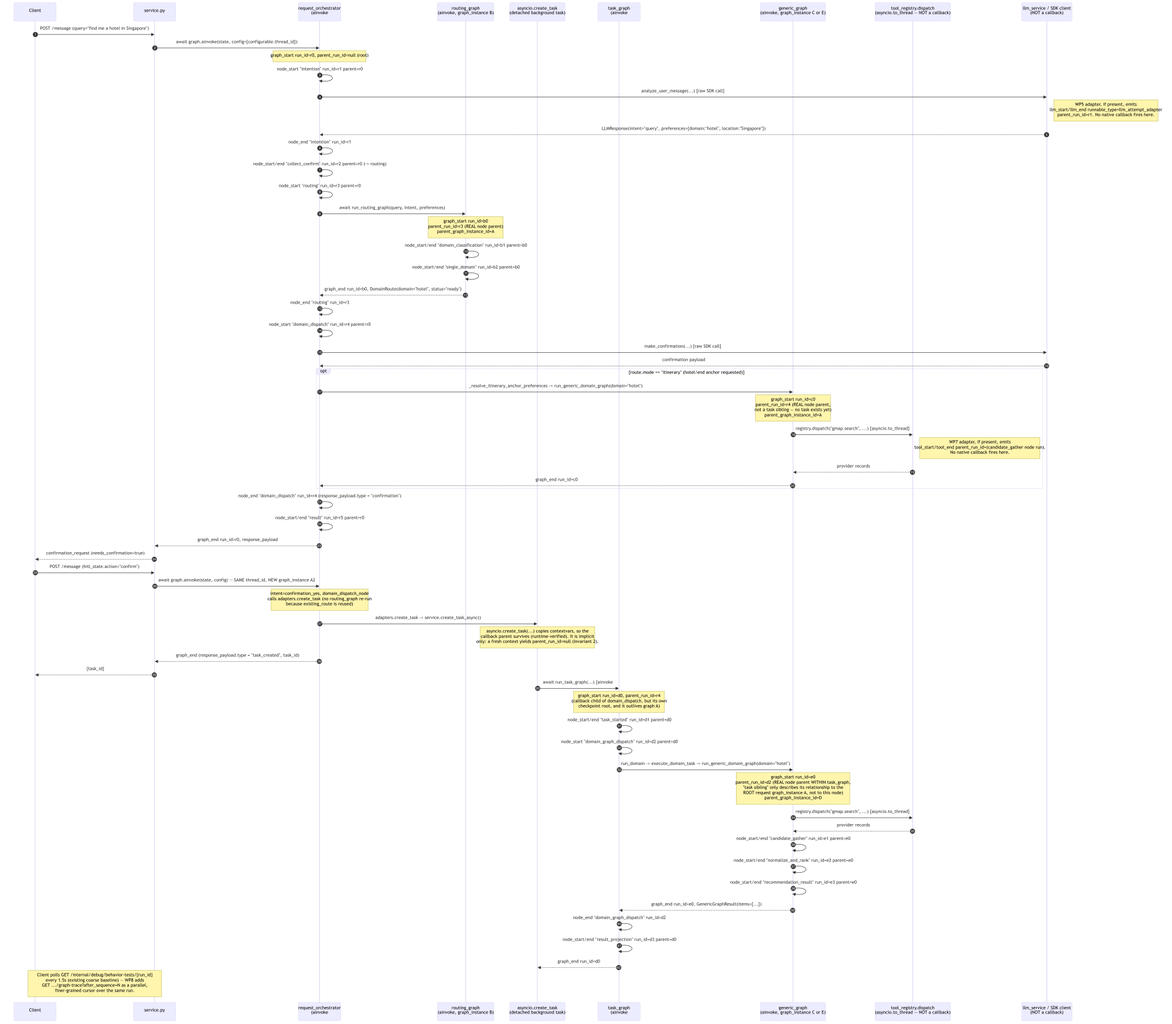
The Mermaid diagram MetaRec-backend/docs/wp8/diagrams/callback_sequence.png in MetaRecTeam/Meta-Recommendation, before a commit. Its source is kept beside it as MetaRec-backend/docs/wp8/diagrams/callback_sequence.mmd.
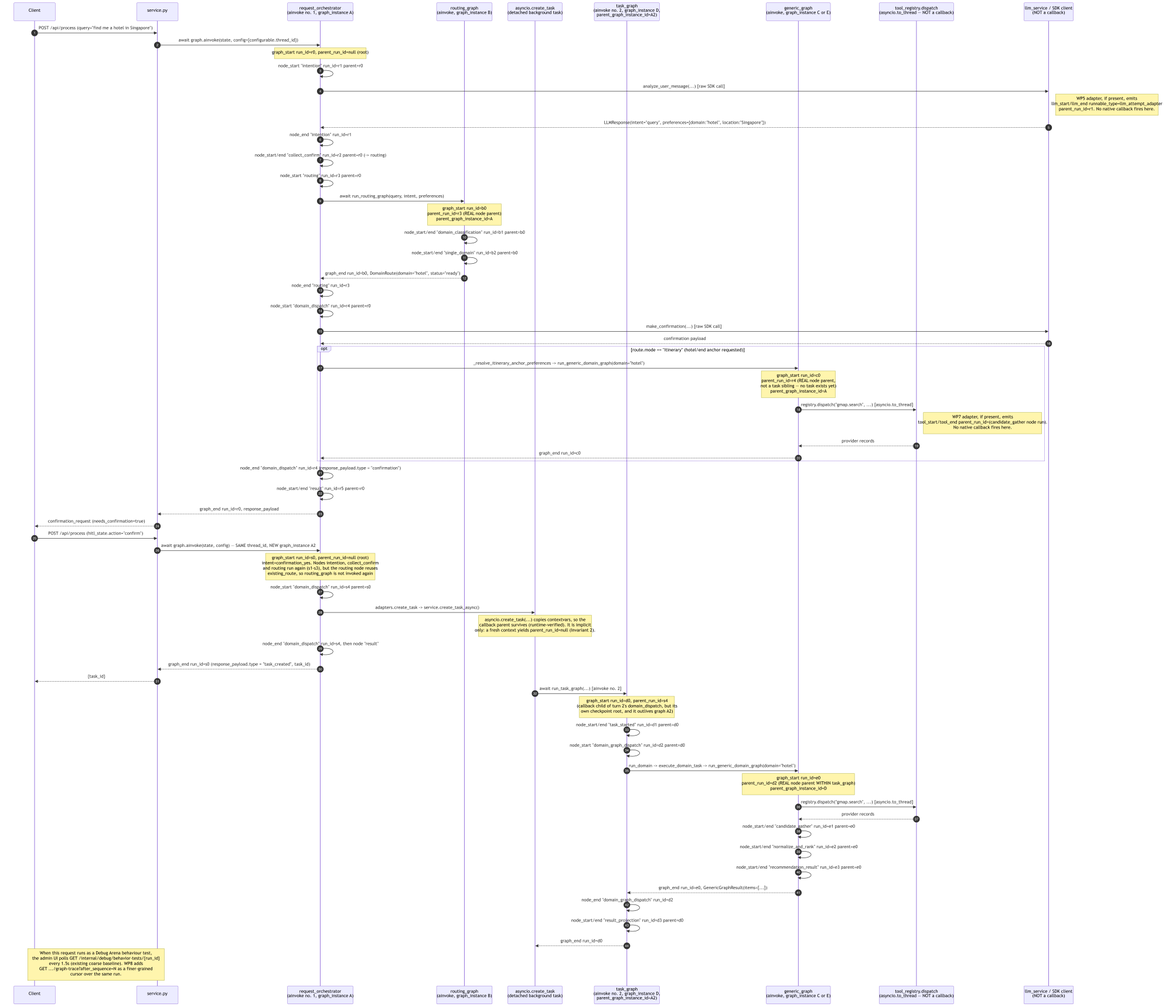
After the commit.

Commit message:
docs(wp8): fix sequence diagram, figure commands and call-map details

Change to the diagram source:
```diff
@@ -3,21 +3,21 @@
     autonumber
     participant Client
     participant Service as service.py
-    participant OrchGraph as request_orchestrator\n(ainvoke #1, graph_instance A)
-    participant RoutingGraph as routing_graph\n(ainvoke, graph_instance B)
-    participant BgTask as asyncio.create_task\n(detached background task)
-    participant TaskGraph as task_graph\n(ainvoke #2, graph_instance D\nNO parent_graph_instance_id)
-    participant GenericGraph as generic_graph\n(ainvoke, graph_instance C or E)
-    participant Tool as tool_registry.dispatch\n(asyncio.to_thread — NOT a callback)
-    participant LLM as llm_service / SDK client\n(NOT a callback)
+    participant OrchGraph as request_orchestrator<br/>(ainvoke no. 1, graph_instance A)
+    participant RoutingGraph as routing_graph<br/>(ainvoke, graph_instance B)
+    participant BgTask as asyncio.create_task<br/>(detached background task)
+    participant TaskGraph as task_graph<br/>(ainvoke no. 2, graph_instance D,<br/>parent_graph_instance_id=A2)
+    participant GenericGraph as generic_graph<br/>(ainvoke, graph_instance C or E)
+    participant Tool as tool_registry.dispatch<br/>(asyncio.to_thread — NOT a callback)
+    participant LLM as llm_service / SDK client<br/>(NOT a callback)
 
-    Client->>Service: POST /message (query="find me a hotel in Singapore")
+    Client->>Service: POST /api/process (query="find me a hotel in Singapore")
     Service->>OrchGraph: await graph.ainvoke(state, config={configurable.thread_id})
     Note over OrchGraph: graph_start run_id=r0, parent_run_id=null (root)
 
     OrchGraph->>OrchGraph: node_start "intention" run_id=r1 parent=r0
     OrchGraph->>LLM: analyze_user_message(...) [raw SDK call]
-    Note right of LLM: WP5 adapter, if present, emits\nllm_start/llm_end runnable_type=llm_attempt_adapter\nparent_run_id=r1. No native callback fires here.
+    Note right of LLM: WP5 adapter, if present, emits<br/>llm_start/llm_end runnable_type=llm_attempt_adapter<br/>parent_run_id=r1. No native callback fires here.
     LLM-->>OrchGraph: LLMResponse(intent="query", preferences={domain:"hotel", location:"Singapore"})
     OrchGraph->>OrchGraph: node_end "intention" run_id=r1
 
@@ -25,7 +25,7 @@
 
     OrchGraph->>OrchGraph: node_start "routing" run_id=r3 parent=r0
     OrchGraph->>RoutingGraph: await run_routing_graph(query, intent, preferences)
-    Note over RoutingGraph: graph_start run_id=b0\nparent_run_id=r3 (REAL node parent)\nparent_graph_instance_id=A
+    Note over RoutingGraph: graph_start run_id=b0<br/>parent_run_id=r3 (REAL node parent)<br/>parent_graph_instance_id=A
     RoutingGraph->>RoutingGraph: node_start/end "domain_classification" run_id=b1 parent=b0
     RoutingGraph->>RoutingGraph: node_start/end "single_domain" run_id=b2 parent=b0
     RoutingGraph-->>OrchGraph: graph_end run_id=b0, DomainRoute(domain="hotel", status="ready")
@@ -37,9 +37,9 @@
 
     opt route.mode == "itinerary" (hotel/end anchor requested)
         OrchGraph->>GenericGraph: _resolve_itinerary_anchor_preferences -> run_generic_domain_graph(domain="hotel")
-        Note over GenericGraph: graph_start run_id=c0\nparent_run_id=r4 (REAL node parent,\nnot a task sibling — no task exists yet)\nparent_graph_instance_id=A
+        Note over GenericGraph: graph_start run_id=c0<br/>parent_run_id=r4 (REAL node parent,<br/>not a task sibling — no task exists yet)<br/>parent_graph_instance_id=A
         GenericGraph->>Tool: registry.dispatch("gmap.search", ...) [asyncio.to_thread]
-        Note right of Tool: WP7 adapter, if present, emits\ntool_start/tool_end parent_run_id=(candidate_gather node run).\nNo native callback fires here.
+        Note right of Tool: WP7 adapter, if present, emits<br/>tool_start/tool_end parent_run_id=(candidate_gather node run).<br/>No native callback fires here.
         Tool-->>GenericGraph: provider records
         GenericGraph-->>OrchGraph: graph_end run_id=c0
     end
@@ -49,20 +49,22 @@
     OrchGraph-->>Service: graph_end run_id=r0, response_payload
     Service-->>Client: confirmation_request (needs_confirmation=true)
 
-    Client->>Service: POST /message (hitl_state.action="confirm")
+    Client->>Service: POST /api/process (hitl_state.action="confirm")
     Service->>OrchGraph: await graph.ainvoke(state, config) — SAME thread_id, NEW graph_instance A2
-    Note over OrchGraph: intent=confirmation_yes, domain_dispatch_node\ncalls adapters.create_task (no routing_graph re-run\nbecause existing_route is reused)
+    Note over OrchGraph: graph_start run_id=s0, parent_run_id=null (root)<br/>intent=confirmation_yes. Nodes intention, collect_confirm<br/>and routing run again (s1-s3), but the routing node reuses<br/>existing_route, so routing_graph is not invoked again
+    OrchGraph->>OrchGraph: node_start "domain_dispatch" run_id=s4 parent=s0
     OrchGraph->>BgTask: adapters.create_task -> service.create_task_async()
-    Note over BgTask: asyncio.create_task(...) copies contextvars, so the\ncallback parent survives (runtime-verified). It is implicit\nonly: a fresh context yields parent_run_id=null (Invariant 2).
-    OrchGraph-->>Service: graph_end (response_payload.type = "task_created", task_id)
+    Note over BgTask: asyncio.create_task(...) copies contextvars, so the<br/>callback parent survives (runtime-verified). It is implicit<br/>only: a fresh context yields parent_run_id=null (Invariant 2).
+    OrchGraph->>OrchGraph: node_end "domain_dispatch" run_id=s4, then node "result"
+    OrchGraph-->>Service: graph_end run_id=s0 (response_payload.type = "task_created", task_id)
     Service-->>Client: {task_id}
 
-    BgTask->>TaskGraph: await run_task_graph(...) [ainvoke #2]
-    Note over TaskGraph: graph_start run_id=d0, parent_run_id=r4\n(callback child of domain_dispatch, but its own\ncheckpoint root, and it outlives graph A)
+    BgTask->>TaskGraph: await run_task_graph(...) [ainvoke no. 2]
+    Note over TaskGraph: graph_start run_id=d0, parent_run_id=s4<br/>(callback child of turn 2's domain_dispatch, but its<br/>own checkpoint root, and it outlives graph A2)
     TaskGraph->>TaskGraph: node_start/end "task_started" run_id=d1 parent=d0
     TaskGraph->>TaskGraph: node_start "domain_graph_dispatch" run_id=d2 parent=d0
     TaskGraph->>GenericGraph: run_domain -> execute_domain_task -> run_generic_domain_graph(domain="hotel")
-    Note over GenericGraph: graph_start run_id=e0\nparent_run_id=d2 (REAL node parent WITHIN task_graph,\n"task sibling" only describes its relationship to the\nROOT request graph_instance A, not to this node)\nparent_graph_instance_id=D
+    Note over GenericGraph: graph_start run_id=e0<br/>parent_run_id=d2 (REAL node parent WITHIN task_graph)<br/>parent_graph_instance_id=D
     GenericGraph->>Tool: registry.dispatch("gmap.search", ...) [asyncio.to_thread]
     Tool-->>GenericGraph: provider records
     GenericGraph->>GenericGraph: node_start/end "candidate_gather" run_id=e1 parent=e0
@@ -72,4 +74,4 @@
     TaskGraph->>TaskGraph: node_end "domain_graph_dispatch" run_id=d2
     TaskGraph->>TaskGraph: node_start/end "result_projection" run_id=d3 parent=d0
     TaskGraph-->>BgTask: graph_end run_id=d0
-    Note over Client,Service: Client polls GET /internal/debug/behavior-tests/{run_id}\nevery 1.5s (existing coarse baseline) — WP8 adds\nGET .../graph-trace?after_sequence=N as a parallel,\nfiner-grained cursor over the same run.
+    Note over Client,Service: When this request runs as a Debug Arena behaviour test,<br/>the admin UI polls GET /internal/debug/behavior-tests/{run_id}<br/>every 1.5s (existing coarse baseline). WP8 adds<br/>GET .../graph-trace?after_sequence=N as a finer-grained<br/>cursor over the same run.
```
